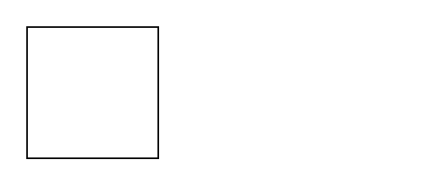
GoSao-ctrl/draw.io keeps this draw.io diagram as Untitled Diagram.drawio. Above is the earlier version. Source tidied: cells renumbered, new cells numbered last; positions are measured from the earlier drawing's top-left corner, leaving out a move shared by most shapes. Both pictures are drawn from the tidied source at 164%, with x=0, y=0 at pixel (26, 26).
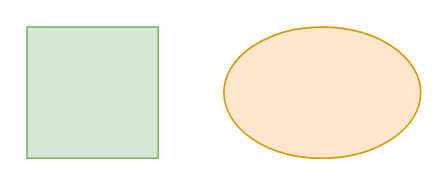
After the change.

Diff of the diagram source:
```diff
@@
 <mxGraphModel>
   <root>
     <mxCell id="0" />
     <mxCell id="1" parent="0" />
-    <mxCell id="2" style="whiteSpace=wrap;html=1;" parent="1" vertex="1">
+    <mxCell id="2" style="whiteSpace=wrap;html=1;fillColor=#d5e8d4;strokeColor=#82b366;" parent="1" vertex="1">
       <mxGeometry width="80" height="80" as="geometry" />
     </mxCell>
+    <mxCell id="3" style="ellipse;whiteSpace=wrap;html=1;fillColor=#ffe6cc;strokeColor=#d79b00;" parent="1" vertex="1">
+      <mxGeometry x="120" width="120" height="80" as="geometry" />
+    </mxCell>
   </root>
 </mxGraphModel>
```
